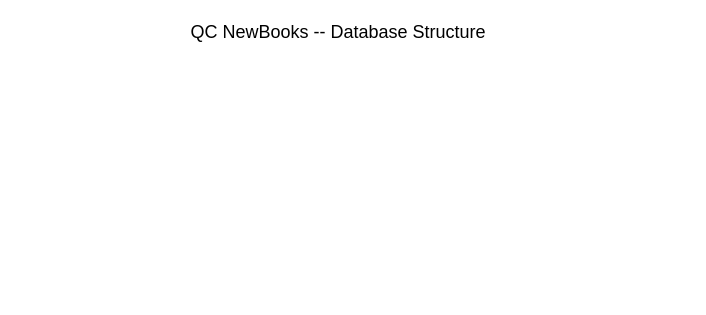
This is page "Part B - ERD" (2 of 2) of QC_NewBooks_Diagrams.drawio from Jen793/Practice, a draw.io file, before an edit. Source tidied: cells renumbered, new cells numbered last; positions are measured from the earlier drawing's top-left corner, leaving out a move shared by most shapes. Both pictures are drawn from the tidied source at 100%, with x=0, y=0 at pixel (188, 17).
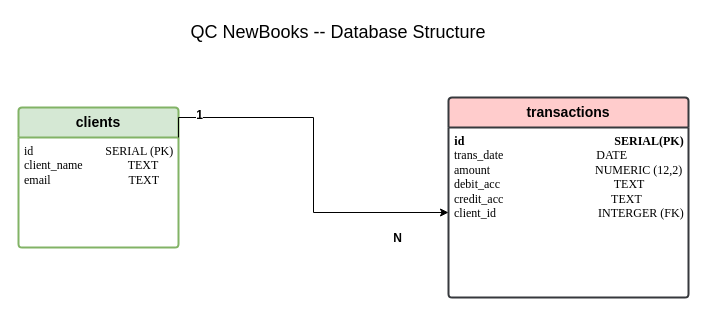
Above is the later version.

What changed in the source:
```diff
@@
 <mxGraphModel>
   <root>
     <mxCell id="0" />
     <mxCell id="1" parent="0" />
     <mxCell id="2" value="&lt;font style=&quot;font-size: 18px;&quot;&gt;QC NewBooks -- Database Structure&lt;/font&gt;" style="text;html=1;whiteSpace=wrap;strokeColor=none;fillColor=none;align=center;verticalAlign=middle;rounded=0;" parent="1" vertex="1">
       <mxGeometry width="300" height="30" as="geometry" />
     </mxCell>
+    <mxCell id="3" value="&lt;b&gt;transactions&lt;/b&gt;" style="swimlane;horizontal=1;startSize=30;rounded=1;fontSize=14;fontStyle=0;strokeWidth=2;shadow=0;dashed=0;align=center;arcSize=4;whiteSpace=wrap;html=1;strokeColor=#36393d;verticalAlign=middle;fontFamily=Helvetica;fillColor=light-dark(#FFCCCC,#CDA2BE);" parent="1" vertex="1">
+      <mxGeometry x="260" y="80" width="240" height="200" as="geometry" />
+    </mxCell>
+    <mxCell id="4" value="&lt;div style=&quot;text-align: right;&quot;&gt;&lt;font face=&quot;Times New Roman&quot;&gt;id&amp;nbsp; &amp;nbsp; &amp;nbsp; &amp;nbsp; &amp;nbsp; &amp;nbsp; &amp;nbsp; &amp;nbsp; &amp;nbsp; &amp;nbsp; &amp;nbsp; &amp;nbsp; &amp;nbsp; &amp;nbsp; &amp;nbsp; &amp;nbsp; &amp;nbsp; &amp;nbsp; &amp;nbsp; &amp;nbsp; &amp;nbsp; &amp;nbsp; &amp;nbsp; &amp;nbsp; &amp;nbsp; SERIAL(PK)&lt;/font&gt;&lt;/div&gt;&lt;div&gt;&lt;span style=&quot;font-weight: normal;&quot;&gt;&lt;font face=&quot;Times New Roman&quot;&gt;trans_date&amp;nbsp; &amp;nbsp; &amp;nbsp; &amp;nbsp; &amp;nbsp; &amp;nbsp; &amp;nbsp; &amp;nbsp; &amp;nbsp; &amp;nbsp; &amp;nbsp; &amp;nbsp; &amp;nbsp; &amp;nbsp; &amp;nbsp; &amp;nbsp;DATE&lt;br&gt;amount&amp;nbsp; &amp;nbsp; &amp;nbsp; &amp;nbsp; &amp;nbsp; &amp;nbsp; &amp;nbsp; &amp;nbsp; &amp;nbsp; &amp;nbsp; &amp;nbsp; &amp;nbsp; &amp;nbsp; &amp;nbsp; &amp;nbsp; &amp;nbsp; &amp;nbsp; &amp;nbsp;NUMERIC (12,2)&lt;/font&gt;&lt;/span&gt;&lt;div&gt;&lt;span style=&quot;font-weight: normal;&quot;&gt;&lt;font face=&quot;Times New Roman&quot;&gt;debit_acc&amp;nbsp; &amp;nbsp; &amp;nbsp; &amp;nbsp; &amp;nbsp; &amp;nbsp; &amp;nbsp; &amp;nbsp; &amp;nbsp; &amp;nbsp; &amp;nbsp; &amp;nbsp; &amp;nbsp; &amp;nbsp; &amp;nbsp; &amp;nbsp; &amp;nbsp; &amp;nbsp; &amp;nbsp; TEXT&amp;nbsp;&lt;/font&gt;&lt;/span&gt;&lt;/div&gt;&lt;div&gt;&lt;span style=&quot;font-weight: normal;&quot;&gt;&lt;font face=&quot;Times New Roman&quot;&gt;credit_acc&amp;nbsp; &amp;nbsp; &amp;nbsp; &amp;nbsp; &amp;nbsp; &amp;nbsp; &amp;nbsp; &amp;nbsp; &amp;nbsp; &amp;nbsp; &amp;nbsp; &amp;nbsp; &amp;nbsp; &amp;nbsp; &amp;nbsp; &amp;nbsp; &amp;nbsp; &amp;nbsp; TEXT&amp;nbsp;&lt;/font&gt;&lt;/span&gt;&lt;/div&gt;&lt;div&gt;&lt;span style=&quot;font-weight: normal;&quot;&gt;&lt;font face=&quot;Times New Roman&quot;&gt;client_id&amp;nbsp; &amp;nbsp; &amp;nbsp; &amp;nbsp; &amp;nbsp; &amp;nbsp; &amp;nbsp; &amp;nbsp; &amp;nbsp; &amp;nbsp; &amp;nbsp; &amp;nbsp; &amp;nbsp; &amp;nbsp; &amp;nbsp; &amp;nbsp; &amp;nbsp; INTERGER (FK)&lt;/font&gt;&lt;/span&gt;&lt;/div&gt;&lt;/div&gt;" style="align=left;strokeColor=none;fillColor=none;spacingLeft=4;spacingRight=4;fontSize=12;verticalAlign=top;html=1;whiteSpace=wrap;fontFamily=Helvetica;fontColor=default;fontStyle=1;" parent="3" vertex="1">
+      <mxGeometry y="30" width="240" height="170" as="geometry" />
+    </mxCell>
+    <mxCell id="5" value="&lt;b&gt;clients&lt;/b&gt;" style="swimlane;horizontal=1;startSize=30;rounded=1;fontSize=14;fontStyle=0;strokeWidth=2;shadow=0;dashed=0;align=center;arcSize=4;whiteSpace=wrap;html=1;strokeColor=#82b366;verticalAlign=middle;fontFamily=Helvetica;fillColor=light-dark(#D5E8D4,#67AB9F);swimlaneFillColor=default;" parent="1" vertex="1">
+      <mxGeometry x="-170" y="90" width="160" height="140" as="geometry" />
+    </mxCell>
+    <mxCell id="6" value="&lt;span style=&quot;font-weight: normal;&quot;&gt;&lt;font face=&quot;Times New Roman&quot;&gt;id&amp;nbsp; &amp;nbsp; &amp;nbsp; &amp;nbsp; &amp;nbsp; &amp;nbsp; &amp;nbsp; &amp;nbsp; &amp;nbsp; &amp;nbsp; &amp;nbsp; &amp;nbsp; SERIAL (PK)&lt;/font&gt;&lt;/span&gt;&lt;div&gt;&lt;span style=&quot;font-weight: 400;&quot;&gt;&lt;font face=&quot;Times New Roman&quot;&gt;client_name&amp;nbsp; &amp;nbsp; &amp;nbsp; &amp;nbsp; &amp;nbsp; &amp;nbsp; &amp;nbsp; &amp;nbsp;TEXT&amp;nbsp;&lt;/font&gt;&lt;/span&gt;&lt;/div&gt;&lt;div&gt;&lt;span style=&quot;font-weight: 400;&quot;&gt;&lt;font face=&quot;Times New Roman&quot;&gt;email&amp;nbsp; &amp;nbsp; &amp;nbsp; &amp;nbsp; &amp;nbsp; &amp;nbsp; &amp;nbsp; &amp;nbsp; &amp;nbsp; &amp;nbsp; &amp;nbsp; &amp;nbsp; &amp;nbsp; TEXT&lt;/font&gt;&lt;/span&gt;&lt;/div&gt;" style="align=left;strokeColor=none;fillColor=none;spacingLeft=4;spacingRight=4;fontSize=12;verticalAlign=top;html=1;whiteSpace=wrap;fontFamily=Helvetica;fontColor=default;fontStyle=1;" parent="5" vertex="1">
+      <mxGeometry y="30" width="160" height="130" as="geometry" />
+    </mxCell>
+    <mxCell id="7" style="align=left;strokeColor=none;fillColor=none;spacingLeft=4;spacingRight=4;fontSize=12;verticalAlign=top;html=1;whiteSpace=wrap;fontFamily=Helvetica;fontColor=default;fontStyle=1;" parent="5" vertex="1">
+      <mxGeometry y="160" width="160" height="-20" as="geometry" />
+    </mxCell>
+    <mxCell id="8" style="edgeStyle=orthogonalEdgeStyle;rounded=0;jettySize=auto;html=1;exitX=1;exitY=0;exitDx=0;exitDy=0;entryX=0;entryY=0.5;entryDx=0;entryDy=0;fontFamily=Helvetica;fontSize=12;fontColor=default;fontStyle=1;" parent="1" edge="1" source="6" target="4">
+      <mxGeometry relative="1" as="geometry" />
+    </mxCell>
+    <mxCell id="9" value="1" style="edgeLabel;html=1;align=center;verticalAlign=middle;strokeColor=inherit;fontFamily=Helvetica;fontSize=12;fontColor=default;fontStyle=1;fillColor=none;" parent="8" vertex="1">
+      <mxGeometry x="-0.79" y="3" relative="1" as="geometry" />
+    </mxCell>
+    <mxCell id="10" value="N" style="edgeLabel;html=1;align=center;verticalAlign=middle;strokeColor=inherit;fontFamily=Helvetica;fontSize=12;fontColor=default;fontStyle=1;fillColor=none;" parent="8" vertex="1">
+      <mxGeometry x="0.73" y="-5" relative="1" as="geometry">
+        <mxPoint y="20" as="offset" />
+      </mxGeometry>
+    </mxCell>
   </root>
 </mxGraphModel>
```
